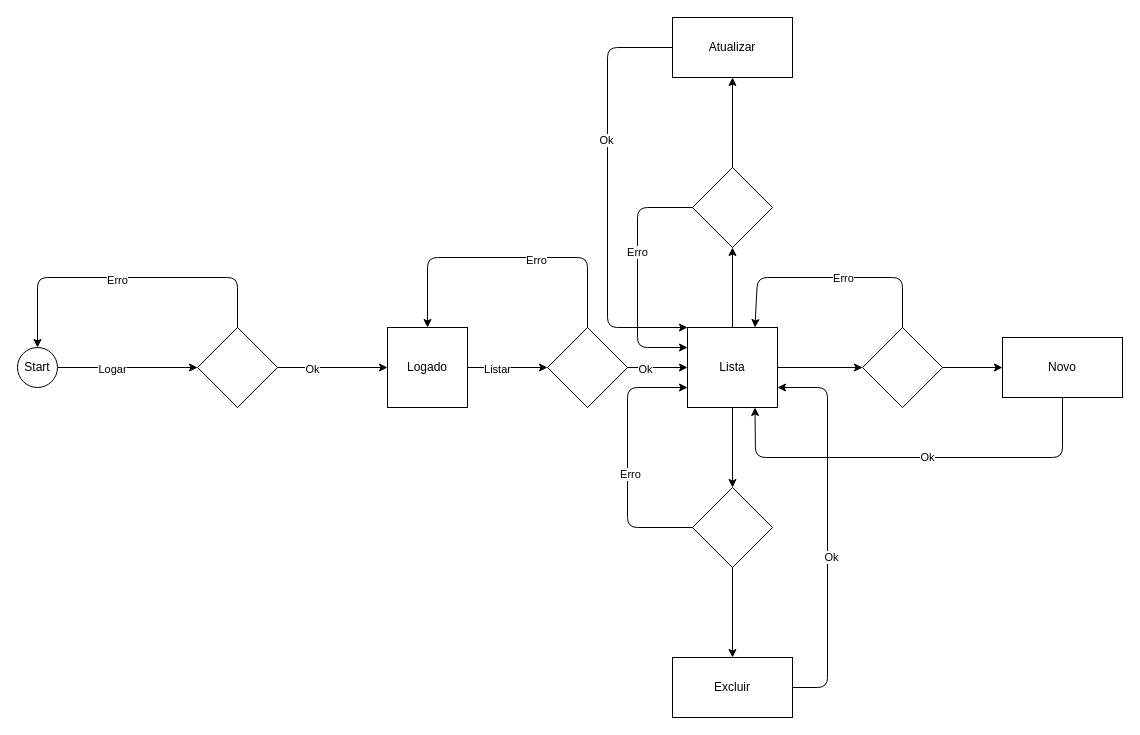
Before: src/suport/diagramas/CRUD.drawio in ederPires/api-devgame, a draw.io diagram. Source tidied: cells renumbered, new cells numbered last; positions are measured from the earlier drawing's top-left corner, leaving out a move shared by most shapes. Both pictures are drawn from the tidied source at 100%, with x=0, y=0 at pixel (17, 17).
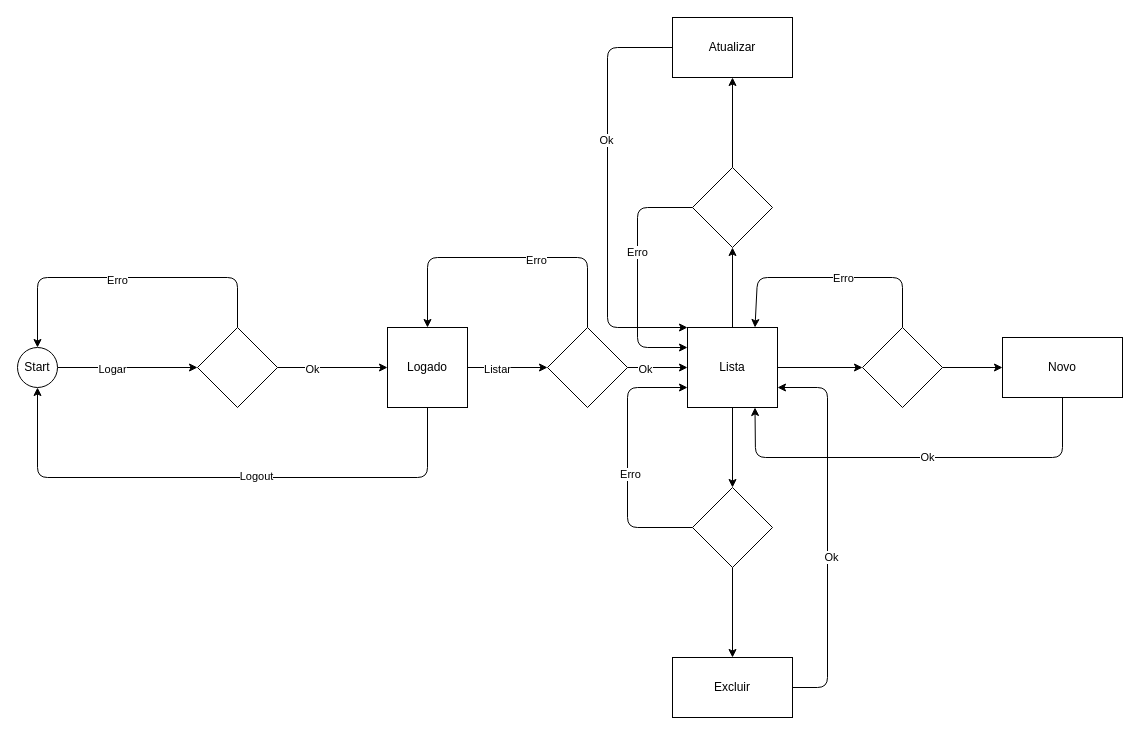
Above is the later version.

Unchanged cells that the change refers to:
```xml
<mxCell id="4" value="Start" style="ellipse;whiteSpace=wrap;html=1;" parent="1" vertex="1">
  <mxGeometry y="330" width="40" height="40" as="geometry" />
</mxCell>
<mxCell id="11" value="Logado" style="whiteSpace=wrap;html=1;" parent="1" vertex="1">
  <mxGeometry x="370" y="310" width="80" height="80" as="geometry" />
</mxCell>
```

Change to the diagram source:
```diff
@@
+    <mxCell id="43" style="edgeStyle=none;html=1;exitX=0.5;exitY=1;exitDx=0;exitDy=0;entryX=0.5;entryY=1;entryDx=0;entryDy=0;" parent="1" edge="1" source="11" target="4">
+      <mxGeometry relative="1" as="geometry">
+        <Array as="points">
+          <mxPoint x="410" y="460" />
+          <mxPoint x="20" y="460" />
+        </Array>
+      </mxGeometry>
+    </mxCell>
+    <mxCell id="44" value="Logout" style="edgeLabel;html=1;align=center;verticalAlign=middle;" parent="43" vertex="1">
+      <mxGeometry x="-0.12" y="-2" relative="1" as="geometry" />
+    </mxCell>
```
